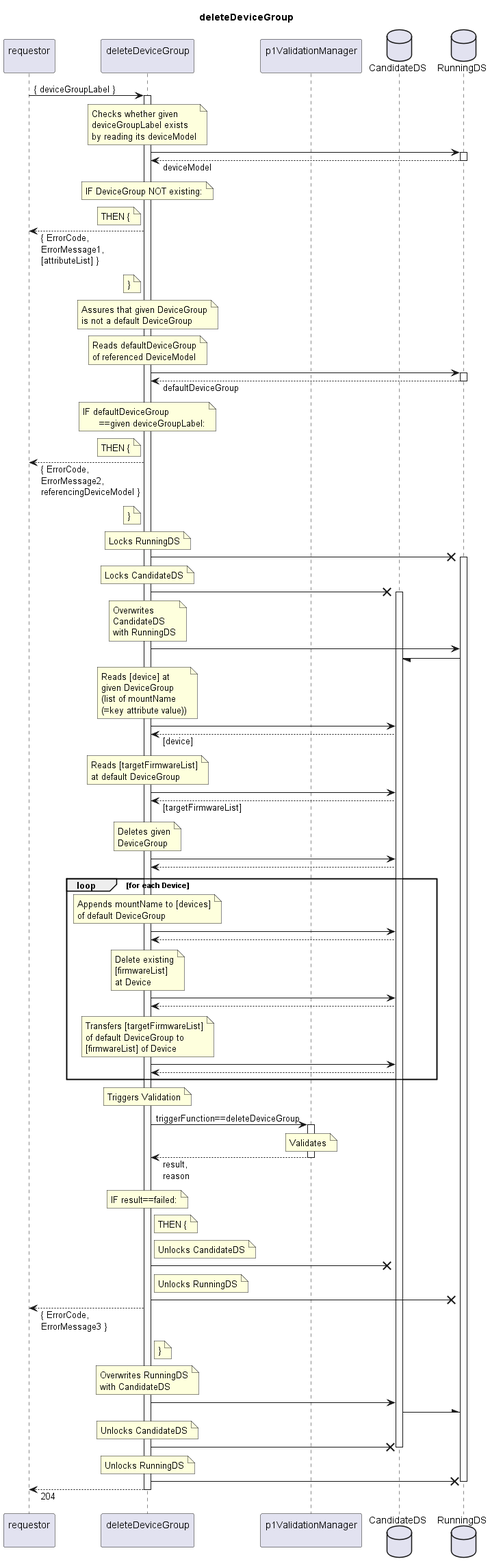
openBackhaul/FirmWareManager keeps this PlantUML diagram as spec/Services/deleteDeviceGroup/1.0.0/deleteDeviceGroup.png. Above is the earlier version. Source of this version:
```plantuml
@startuml deleteDeviceGroup
skinparam responseMessageBelowArrow true

title
  deleteDeviceGroup
end title

participant "requestor\n" as requestor
participant "deleteDeviceGroup\n" as indServ
participant "p1ValidationManager\n" as valiMan
database "CandidateDS" as CanDS
database "RunningDS" as RunDS

requestor -> indServ: { deviceGroupLabel }
activate indServ

  note over indServ
    Checks whether given
    deviceGroupLabel exists
    by reading its deviceModel
  end note
  indServ -> RunDS
  activate RunDS
  indServ <-- RunDS: deviceModel
  deactivate RunDS
  note over indServ
    IF DeviceGroup NOT existing:
  end note
  note left indServ
    THEN {
  end note
  requestor <-- indServ: { ErrorCode,\nErrorMessage1,\n[attributeList] }
  note left indServ
    }
  end note

  note over indServ
    Assures that given DeviceGroup
    is not a default DeviceGroup
  end note
  note over indServ
    Reads defaultDeviceGroup
    of referenced DeviceModel
  end note
  indServ -> RunDS
  activate RunDS
  indServ <-- RunDS: defaultDeviceGroup
  deactivate RunDS
  note over indServ
    IF defaultDeviceGroup
          ==given deviceGroupLabel:
  end note
  note left indServ
    THEN {
  end note
  requestor <-- indServ: { ErrorCode,\nErrorMessage2,\nreferencingDeviceModel }
  note left indServ
    }
  end note

  note over indServ
    Locks RunningDS
  end note
  indServ -X RunDS
  activate RunDS
  note over indServ
    Locks CandidateDS
  end note
  indServ -X CanDS
  activate CanDS
  note over indServ
    Overwrites
    CandidateDS
    with RunningDS
  end note
  indServ -> RunDS
  RunDS -/ CanDS

  note over indServ
    Reads [device] at
    given DeviceGroup
    (list of mountName
    (=key attribute value))
  end note
  indServ -> CanDS
  indServ <-- CanDS: [device]

  note over indServ
    Reads [targetFirmwareList]
    at default DeviceGroup
  end note
  indServ -> CanDS
  indServ <-- CanDS: [targetFirmwareList]

  note over indServ
    Deletes given
    DeviceGroup
  end note
  indServ -> CanDS
  indServ <-- CanDS

  loop for each Device
    note over indServ
      Appends mountName to [devices]
      of default DeviceGroup
    end note
    indServ -> CanDS
    indServ <-- CanDS

    note over indServ
      Delete existing
      [firmwareList]
      at Device
    end note
    indServ -> CanDS
    indServ <-- CanDS

    note over indServ
      Transfers [targetFirmwareList]
      of default DeviceGroup to
      [firmwareList] of Device
    end note
    indServ -> CanDS
    indServ <-- CanDS
  end loop

  note over indServ
    Triggers Validation
  end note
  indServ -> valiMan: triggerFunction==deleteDeviceGroup
  activate valiMan
    note over valiMan
      Validates
    end note
  indServ <-- valiMan: result,\nreason
  deactivate valiMan
  note over indServ
    IF result==failed:
  end note
  note right indServ
    THEN {
  end note
  note right indServ
    Unlocks CandidateDS
  end note
  indServ -X CanDS
  note right indServ
    Unlocks RunningDS
  end note
  indServ -X RunDS
  requestor <-- indServ: { ErrorCode,\nErrorMessage3 }
  note right indServ
    }
  end note

  note over indServ
    Overwrites RunningDS
    with CandidateDS
  end note
  indServ -> CanDS
  CanDS -\ RunDS
  note over indServ
    Unlocks CandidateDS
  end note
  indServ -X CanDS
  deactivate CanDS
  note over indServ
    Unlocks RunningDS
  end note
  indServ -X RunDS
  deactivate RunDS

requestor <-- indServ: 204
deactivate indServ

@enduml
```
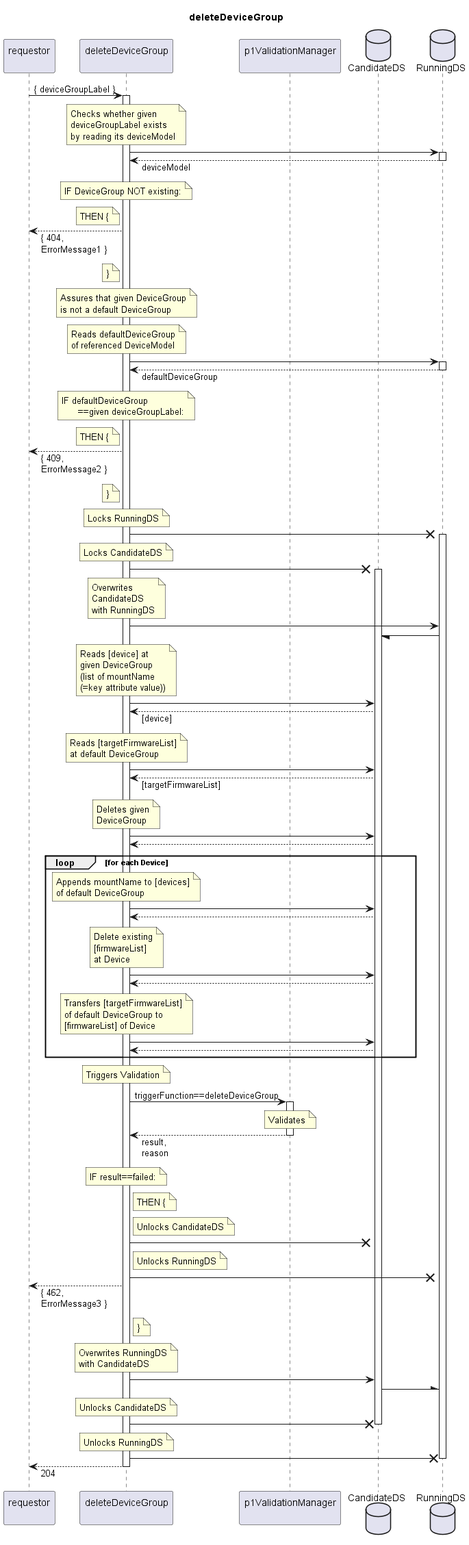
Later version of the same file.

Diff of the diagram source:
```diff
@@ -29,7 +29,7 @@
   note left indServ
     THEN {
   end note
-  requestor <-- indServ: { ErrorCode,\nErrorMessage1,\n[attributeList] }
+  requestor <-- indServ: { 404,\nErrorMessage1 }
   note left indServ
     }
   end note
@@ -53,7 +53,7 @@
   note left indServ
     THEN {
   end note
-  requestor <-- indServ: { ErrorCode,\nErrorMessage2,\nreferencingDeviceModel }
+  requestor <-- indServ: { 409,\nErrorMessage2 }
   note left indServ
     }
   end note
@@ -148,7 +148,7 @@
     Unlocks RunningDS
   end note
   indServ -X RunDS
-  requestor <-- indServ: { ErrorCode,\nErrorMessage3 }
+  requestor <-- indServ: { 462,\nErrorMessage3 }
   note right indServ
     }
   end note
```
